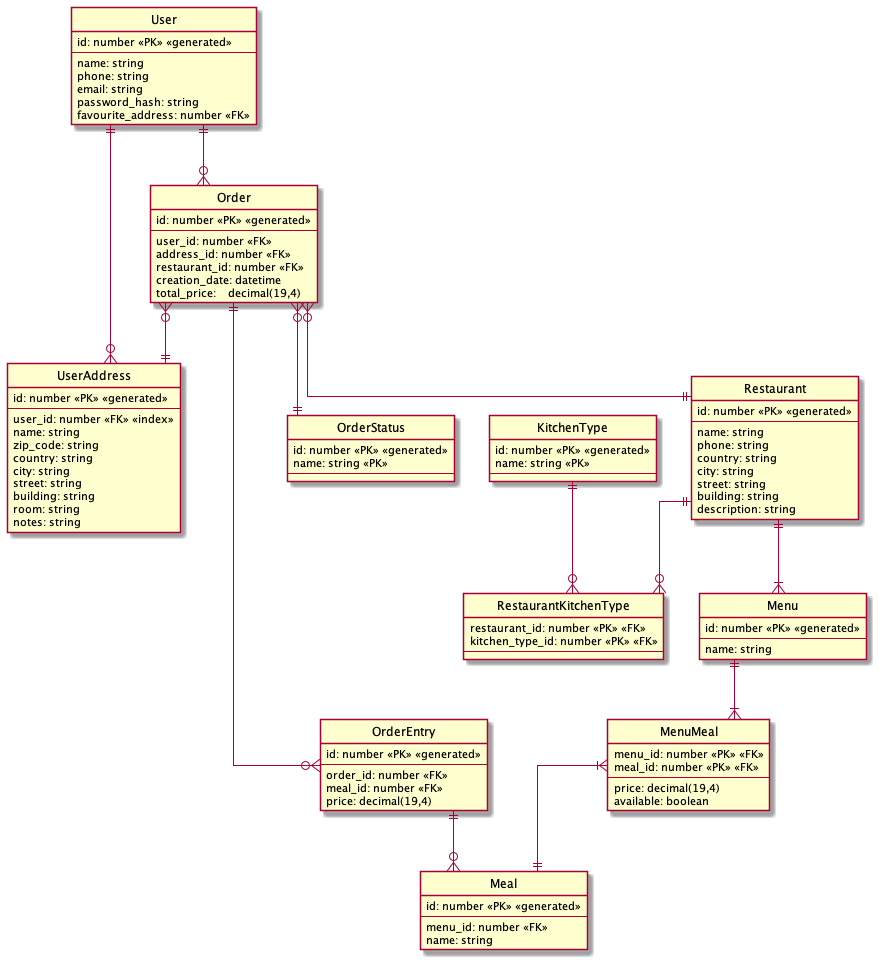
The PlantUML diagram lab1/scheme.png in shchuko/dblabs, before a commit.
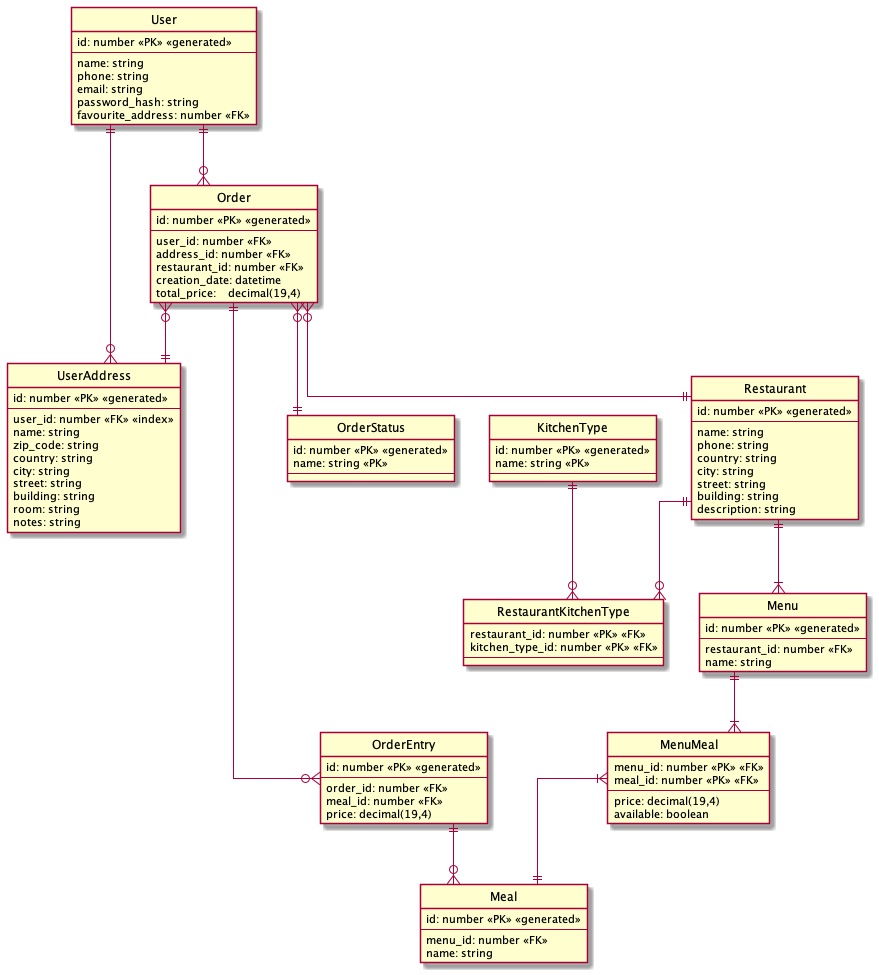
After the change.

What changed in the source:
```diff
@@ -79,6 +79,7 @@
 entity "Menu" {
   id: number <<PK>> <<generated>>
   --
+  restaurant_id: number <<FK>>
   name: string
 }
 
```
